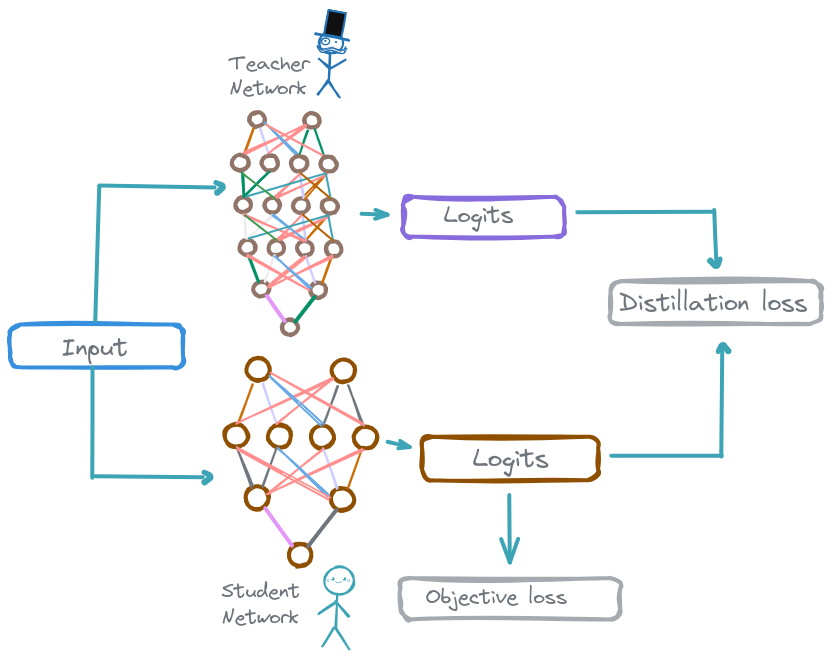
Earlier version of the Excalidraw export static/img/model_optimization/response_kd.png (shulavkarki/shulav.github.io). Source tidied: one line per element, renumbered; positions are measured from the earlier drawing's top-left corner, leaving out a move shared by most shapes.
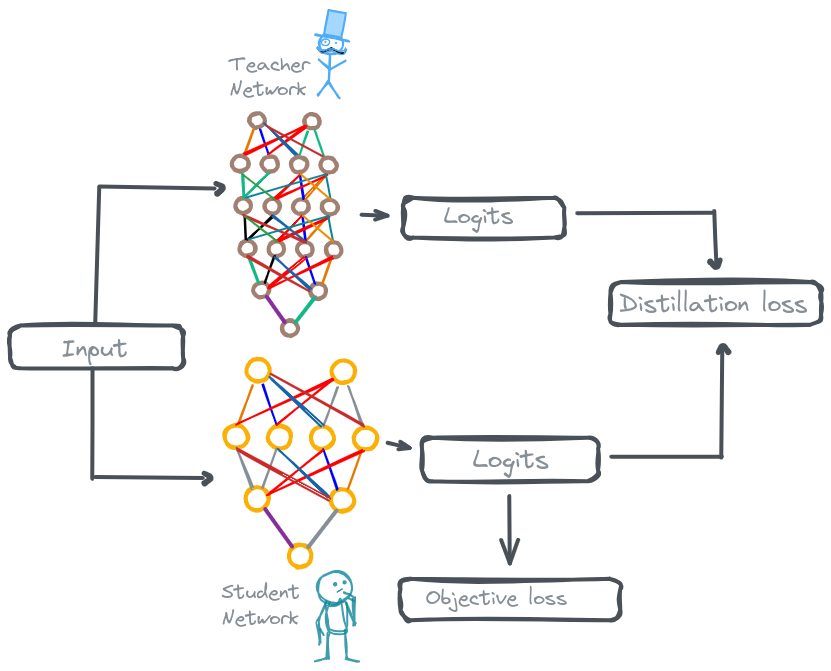
The same file after the commit.

What changed in the source:
```diff
@@ -1,6 +1,6 @@
-{"id": 0, "type": "rectangle", "strokeColor": "#228be6", "strokeWidth": 4, "roughness": 2, "round": true, "x": 0, "y": 313, "width": 173, "height": 43}
+{"id": 0, "type": "rectangle", "strokeColor": "#495057", "strokeWidth": 4, "roughness": 2, "round": true, "x": 0, "y": 313, "width": 173, "height": 43}
-{"id": 1, "type": "rectangle", "strokeColor": "#9775fa", "strokeWidth": 4, "roughness": 2, "round": true, "x": 393, "y": 185, "width": 161, "height": 40}
+{"id": 1, "type": "rectangle", "strokeColor": "#495057", "strokeWidth": 4, "roughness": 2, "round": true, "x": 393, "y": 185, "width": 161, "height": 40}
-{"id": 2, "type": "rectangle", "strokeColor": "#fab005", "strokeWidth": 4, "roughness": 2, "round": true, "x": 412, "y": 425, "width": 176, "height": 43}
+{"id": 2, "type": "rectangle", "strokeColor": "#495057", "strokeWidth": 4, "roughness": 2, "round": true, "x": 412, "y": 425, "width": 176, "height": 43}
 {"id": 3, "type": "rectangle", "strokeColor": "#495057", "strokeWidth": 4, "roughness": 2, "round": true, "x": 601, "y": 270, "width": 211, "height": 43}
 {"id": 4, "type": "ellipse", "strokeColor": "#fab005", "angle": 3.16, "strokeWidth": 4, "roughness": 1, "x": 278, "y": 532, "width": 23, "height": 23}
 {"id": 5, "type": "ellipse", "strokeColor": "#fab005", "angle": 3.16, "strokeWidth": 4, "roughness": 1, "x": 321, "y": 477, "width": 23, "height": 23}
@@ -100,31 +100,35 @@
 {"id": 99, "type": "line", "strokeColor": "#4dabf7", "backgroundColor": "#ced4da", "fillStyle": "solid", "strokeWidth": 2, "roughness": 1, "round": true, "x": 309, "y": 47, "width": 10, "height": 10, "points": [[0, 0], [10, 10]]}
 {"id": 100, "type": "line", "strokeColor": "#4dabf7", "backgroundColor": "#ced4da", "fillStyle": "solid", "strokeWidth": 2, "roughness": 1, "round": true, "x": 320, "y": 57, "width": 15, "height": 8, "points": [[0, 0], [15, -8]]}
 {"id": 101, "type": "line", "strokeColor": "#4dabf7", "strokeWidth": 2, "roughness": 1, "round": true, "x": 305, "y": 22, "width": 34, "height": 7, "points": [[0, 0], [34, 7]]}
-{"id": 102, "type": "rectangle", "strokeColor": "#4dabf7", "angle": 0.19, "backgroundColor": "#fff", "fillStyle": "solid", "strokeWidth": 2, "roughness": 1, "x": 316, "y": 0, "width": 18, "height": 25}
+{"id": 102, "type": "rectangle", "strokeColor": "#4dabf7", "angle": 0.19, "backgroundColor": "#a5d8ff", "fillStyle": "solid", "strokeWidth": 2, "roughness": 1, "x": 316, "y": -1, "width": 18, "height": 25}
 {"id": 103, "type": "line", "strokeColor": "#4dabf7", "backgroundColor": "#000", "fillStyle": "solid", "strokeWidth": 1, "roughness": 1, "round": true, "x": 321, "y": 36, "width": 29, "height": 7, "points": [[0, 0], [9, 3], [12, 3], [15, 1], [13, 5], [8, 6], [0, 4], [-9, 5], [-14, -1], [-9, 2], [0, 0]]}
 {"id": 104, "type": "ellipse", "strokeColor": "#4dabf7", "strokeWidth": 1, "roughness": 1, "x": 312, "y": 27, "width": 8, "height": 6}
 {"id": 105, "type": "ellipse", "strokeColor": "#4dabf7", "strokeWidth": 1, "roughness": 1, "x": 315, "y": 29, "width": 0, "height": 1}
 {"id": 106, "type": "ellipse", "strokeColor": "#4dabf7", "strokeWidth": 1, "roughness": 1, "x": 326, "y": 30, "width": 0, "height": 1}
 {"id": 107, "type": "text", "text": "Student \nNetwork", "strokeColor": "#868e96", "backgroundColor": "#fff5f5", "fillStyle": "solid", "strokeWidth": 2, "roughness": 0, "fontSize": 20.24, "fontFamily": 1, "x": 212, "y": 568, "width": 89, "height": 51}
-{"id": 108, "type": "ellipse", "strokeColor": "#0c8599", "strokeWidth": 2, "roughness": 1, "x": 314, "y": 555, "width": 30, "height": 28}
-{"id": 109, "type": "line", "strokeColor": "#0c8599", "backgroundColor": "#ced4da", "fillStyle": "solid", "strokeWidth": 2, "roughness": 1, "round": true, "x": 327, "y": 583, "width": 1, "height": 33, "points": [[0, 0], [-1, 33]]}
-{"id": 110, "type": "line", "strokeColor": "#0c8599", "backgroundColor": "#ced4da", "fillStyle": "solid", "strokeWidth": 2, "roughness": 1, "round": true, "x": 326, "y": 617, "width": 13, "height": 20, "points": [[0, 0], [13, 20]]}
-{"id": 111, "type": "line", "strokeColor": "#0c8599", "backgroundColor": "#ced4da", "fillStyle": "solid", "strokeWidth": 2, "roughness": 1, "round": true, "x": 324, "y": 616, "width": 11, "height": 19, "points": [[0, 0], [-11, 19]]}
-{"id": 112, "type": "line", "strokeColor": "#0c8599", "backgroundColor": "#ced4da", "fillStyle": "solid", "strokeWidth": 2, "roughness": 1, "round": true, "x": 309, "y": 602, "width": 17, "height": 11, "points": [[0, 0], [17, -11]]}
-{"id": 113, "type": "line", "strokeColor": "#0c8599", "backgroundColor": "#ced4da", "fillStyle": "solid", "strokeWidth": 2, "roughness": 1, "round": true, "x": 326, "y": 590, "width": 13, "height": 15, "points": [[0, 0], [13, 15]]}
-{"id": 114, "type": "text", "text": "｡◕‿◕｡", "strokeColor": "#0c8599", "strokeWidth": 1, "roughness": 1, "fontSize": 8.22, "fontFamily": 1, "x": 316, "y": 561, "width": 26, "height": 12}
-{"id": 115, "type": "line", "strokeColor": "#0c8599", "backgroundColor": "#fff5f5", "fillStyle": "solid", "strokeWidth": 4, "roughness": 0, "round": true, "x": 85, "y": 310, "width": 4, "height": 135, "points": [[0, 0], [4, -135]]}
+{"id": 115, "type": "line", "strokeColor": "#495057", "backgroundColor": "#fff5f5", "fillStyle": "solid", "strokeWidth": 4, "roughness": 0, "round": true, "x": 85, "y": 310, "width": 4, "height": 135, "points": [[0, 0], [4, -135]]}
-{"id": 116, "type": "line", "strokeColor": "#0c8599", "backgroundColor": "#fff5f5", "fillStyle": "solid", "strokeWidth": 4, "roughness": 0, "round": true, "x": 89, "y": 174, "width": 115, "height": 2, "points": [[0, 0], [115, 2]]}
+{"id": 116, "type": "line", "strokeColor": "#495057", "backgroundColor": "#fff5f5", "fillStyle": "solid", "strokeWidth": 4, "roughness": 0, "round": true, "x": 89, "y": 174, "width": 115, "height": 2, "points": [[0, 0], [115, 2]]}
-{"id": 117, "type": "freedraw", "strokeColor": "#0c8599", "backgroundColor": "#fff5f5", "fillStyle": "solid", "strokeWidth": 1, "roughness": 0, "x": 206, "y": 171, "width": 8, "height": 10, "points": [[0, 0], [0, 0], [1, 0], [1, 0], [1, 1], [2, 1], [2, 1], [2, 1], [3, 1], [6, 2], [7, 3], [7, 3], [8, 3], [8, 4], [8, 4], [8, 4], [8, 5], [6, 6], [5, 6], [5, 7], [5, 7], [4, 7], [4, 8], [3, 8], [3, 8], [3, 8], [2, 9], [2, 9], [2, 9], [1, 9], [1, 10], [1, 10]]}
+{"id": 117, "type": "freedraw", "strokeColor": "#495057", "backgroundColor": "#fff5f5", "fillStyle": "solid", "strokeWidth": 1, "roughness": 0, "x": 206, "y": 171, "width": 8, "height": 10, "points": [[0, 0], [0, 0], [1, 0], [1, 0], [1, 1], [2, 1], [2, 1], [2, 1], [3, 1], [6, 2], [7, 3], [7, 3], [8, 3], [8, 4], [8, 4], [8, 4], [8, 5], [6, 6], [5, 6], [5, 7], [5, 7], [4, 7], [4, 8], [3, 8], [3, 8], [3, 8], [2, 9], [2, 9], [2, 9], [1, 9], [1, 10], [1, 10]]}
-{"id": 118, "type": "line", "strokeColor": "#0c8599", "angle": 4.71, "backgroundColor": "#fff5f5", "fillStyle": "solid", "strokeWidth": 4, "roughness": 0, "round": true, "x": 138, "y": 519, "width": 1, "height": 108, "points": [[0, 0], [1, -108]]}
+{"id": 118, "type": "line", "strokeColor": "#495057", "angle": 4.71, "backgroundColor": "#fff5f5", "fillStyle": "solid", "strokeWidth": 4, "roughness": 0, "round": true, "x": 138, "y": 519, "width": 1, "height": 108, "points": [[0, 0], [1, -108]]}
-{"id": 119, "type": "line", "strokeColor": "#0c8599", "angle": 4.71, "backgroundColor": "#fff5f5", "fillStyle": "solid", "strokeWidth": 4, "roughness": 0, "round": true, "to": 88, "x": 27, "y": 411, "width": 111, "height": 1, "points": [[0, 0], [111, 1]]}
+{"id": 119, "type": "line", "strokeColor": "#495057", "angle": 4.71, "backgroundColor": "#fff5f5", "fillStyle": "solid", "strokeWidth": 4, "roughness": 0, "round": true, "to": 88, "x": 27, "y": 411, "width": 111, "height": 1, "points": [[0, 0], [111, 1]]}
-{"id": 120, "type": "freedraw", "strokeColor": "#0c8599", "angle": 0.1, "backgroundColor": "#fff5f5", "fillStyle": "solid", "strokeWidth": 1, "roughness": 0, "x": 194, "y": 461, "width": 8, "height": 10, "points": [[0, 0], [0, 0], [1, 0], [1, 0], [1, 1], [2, 1], [2, 1], [2, 1], [3, 1], [6, 2], [7, 3], [7, 3], [8, 3], [8, 4], [8, 4], [8, 4], [8, 5], [6, 6], [5, 6], [5, 7], [5, 7], [4, 7], [4, 8], [3, 8], [3, 8], [3, 8], [2, 9], [2, 9], [2, 9], [1, 9], [1, 10], [1, 10]]}
+{"id": 120, "type": "freedraw", "strokeColor": "#495057", "angle": 0.1, "backgroundColor": "#fff5f5", "fillStyle": "solid", "strokeWidth": 1, "roughness": 0, "x": 194, "y": 461, "width": 8, "height": 10, "points": [[0, 0], [0, 0], [1, 0], [1, 0], [1, 1], [2, 1], [2, 1], [2, 1], [3, 1], [6, 2], [7, 3], [7, 3], [8, 3], [8, 4], [8, 4], [8, 4], [8, 5], [6, 6], [5, 6], [5, 7], [5, 7], [4, 7], [4, 8], [3, 8], [3, 8], [3, 8], [2, 9], [2, 9], [2, 9], [1, 9], [1, 10], [1, 10]]}
-{"id": 121, "type": "arrow", "strokeColor": "#0c8599", "backgroundColor": "#fff5f5", "fillStyle": "solid", "strokeWidth": 4, "roughness": 0, "endArrowhead": "arrow", "round": true, "to": 1, "x": 352, "y": 202, "width": 26, "height": 1, "points": [[0, 0], [26, 1]]}
+{"id": 121, "type": "arrow", "strokeColor": "#495057", "backgroundColor": "#fff5f5", "fillStyle": "solid", "strokeWidth": 4, "roughness": 0, "endArrowhead": "arrow", "round": true, "to": 1, "x": 352, "y": 202, "width": 26, "height": 1, "points": [[0, 0], [26, 1]]}
-{"id": 122, "type": "arrow", "strokeColor": "#0c8599", "backgroundColor": "#fff5f5", "fillStyle": "solid", "strokeWidth": 4, "roughness": 0, "endArrowhead": "arrow", "round": true, "from": 6, "to": 2, "x": 378, "y": 430, "width": 22, "height": 5, "points": [[0, 0], [22, 5]]}
+{"id": 122, "type": "arrow", "strokeColor": "#495057", "backgroundColor": "#fff5f5", "fillStyle": "solid", "strokeWidth": 4, "roughness": 0, "endArrowhead": "arrow", "round": true, "from": 6, "to": 2, "x": 378, "y": 430, "width": 22, "height": 5, "points": [[0, 0], [22, 5]]}
-{"id": 123, "type": "line", "strokeColor": "#0c8599", "angle": 9.42, "backgroundColor": "#fff5f5", "fillStyle": "solid", "strokeWidth": 4, "roughness": 0, "round": true, "x": 711, "y": 445, "width": 1, "height": 108, "points": [[0, 0], [1, -108]]}
+{"id": 123, "type": "line", "strokeColor": "#495057", "angle": 9.42, "backgroundColor": "#fff5f5", "fillStyle": "solid", "strokeWidth": 4, "roughness": 0, "round": true, "x": 711, "y": 445, "width": 1, "height": 108, "points": [[0, 0], [1, -108]]}
-{"id": 124, "type": "line", "strokeColor": "#0c8599", "angle": 9.42, "backgroundColor": "#fff5f5", "fillStyle": "solid", "strokeWidth": 4, "roughness": 0, "round": true, "x": 601, "y": 444, "width": 111, "height": 1, "points": [[0, 0], [111, 1]]}
+{"id": 124, "type": "line", "strokeColor": "#495057", "angle": 9.42, "backgroundColor": "#fff5f5", "fillStyle": "solid", "strokeWidth": 4, "roughness": 0, "round": true, "x": 601, "y": 444, "width": 111, "height": 1, "points": [[0, 0], [111, 1]]}
-{"id": 125, "type": "freedraw", "strokeColor": "#0c8599", "angle": 4.81, "backgroundColor": "#fff5f5", "fillStyle": "solid", "strokeWidth": 1, "roughness": 0, "x": 710, "y": 332, "width": 8, "height": 10, "points": [[0, 0], [0, 0], [1, 0], [1, 0], [1, 1], [2, 1], [2, 1], [2, 1], [3, 1], [6, 2], [7, 3], [7, 3], [8, 3], [8, 4], [8, 4], [8, 4], [8, 5], [6, 6], [5, 6], [5, 7], [5, 7], [4, 7], [4, 8], [3, 8], [3, 8], [3, 8], [2, 9], [2, 9], [2, 9], [1, 9], [1, 10], [1, 10]]}
+{"id": 125, "type": "freedraw", "strokeColor": "#495057", "angle": 4.81, "backgroundColor": "#fff5f5", "fillStyle": "solid", "strokeWidth": 1, "roughness": 0, "x": 710, "y": 332, "width": 8, "height": 10, "points": [[0, 0], [0, 0], [1, 0], [1, 0], [1, 1], [2, 1], [2, 1], [2, 1], [3, 1], [6, 2], [7, 3], [7, 3], [8, 3], [8, 4], [8, 4], [8, 4], [8, 5], [6, 6], [5, 6], [5, 7], [5, 7], [4, 7], [4, 8], [3, 8], [3, 8], [3, 8], [2, 9], [2, 9], [2, 9], [1, 9], [1, 10], [1, 10]]}
-{"id": 126, "type": "line", "strokeColor": "#0c8599", "angle": 1.54, "backgroundColor": "#fff5f5", "fillStyle": "solid", "strokeWidth": 4, "roughness": 0, "round": true, "x": 633, "y": 268, "width": 4, "height": 135, "points": [[0, 0], [4, -135]]}
+{"id": 126, "type": "line", "strokeColor": "#495057", "angle": 1.54, "backgroundColor": "#fff5f5", "fillStyle": "solid", "strokeWidth": 4, "roughness": 0, "round": true, "x": 633, "y": 268, "width": 4, "height": 135, "points": [[0, 0], [4, -135]]}
-{"id": 127, "type": "line", "strokeColor": "#0c8599", "angle": 1.54, "backgroundColor": "#fff5f5", "fillStyle": "solid", "strokeWidth": 4, "roughness": 0, "round": true, "to": 3, "x": 678, "y": 226, "width": 55, "height": 0, "points": [[0, 0], [55, 0]]}
+{"id": 127, "type": "line", "strokeColor": "#495057", "angle": 1.54, "backgroundColor": "#fff5f5", "fillStyle": "solid", "strokeWidth": 4, "roughness": 0, "round": true, "to": 3, "x": 678, "y": 226, "width": 55, "height": 0, "points": [[0, 0], [55, 0]]}
-{"id": 128, "type": "freedraw", "strokeColor": "#0c8599", "angle": 1.54, "backgroundColor": "#fff5f5", "fillStyle": "solid", "strokeWidth": 1, "roughness": 0, "x": 701, "y": 247, "width": 8, "height": 10, "points": [[0, 0], [0, 0], [1, 0], [1, 0], [1, 1], [2, 1], [2, 1], [2, 1], [3, 1], [6, 2], [7, 3], [7, 3], [8, 3], [8, 4], [8, 4], [8, 4], [8, 5], [6, 6], [5, 6], [5, 7], [5, 7], [4, 7], [4, 8], [3, 8], [3, 8], [3, 8], [2, 9], [2, 9], [2, 9], [1, 9], [1, 10], [1, 10]]}
+{"id": 128, "type": "freedraw", "strokeColor": "#495057", "angle": 1.54, "backgroundColor": "#fff5f5", "fillStyle": "solid", "strokeWidth": 1, "roughness": 0, "x": 701, "y": 247, "width": 8, "height": 10, "points": [[0, 0], [0, 0], [1, 0], [1, 0], [1, 1], [2, 1], [2, 1], [2, 1], [3, 1], [6, 2], [7, 3], [7, 3], [8, 3], [8, 4], [8, 4], [8, 4], [8, 5], [6, 6], [5, 6], [5, 7], [5, 7], [4, 7], [4, 8], [3, 8], [3, 8], [3, 8], [2, 9], [2, 9], [2, 9], [1, 9], [1, 10], [1, 10]]}
-{"id": 129, "type": "arrow", "strokeColor": "#0c8599", "backgroundColor": "#fff5f5", "fillStyle": "solid", "strokeWidth": 4, "roughness": 0, "endArrowhead": "arrow", "round": true, "from": 2, "to": 92, "x": 499, "y": 484, "width": 0, "height": 67, "points": [[0, 0], [0, 67]]}
+{"id": 129, "type": "arrow", "strokeColor": "#495057", "backgroundColor": "#fff5f5", "fillStyle": "solid", "strokeWidth": 4, "roughness": 0, "endArrowhead": "arrow", "round": true, "from": 2, "to": 92, "x": 499, "y": 484, "width": 0, "height": 67, "points": [[0, 0], [0, 67]]}
+{"id": 130, "type": "ellipse", "strokeColor": "#0c8599", "strokeWidth": 2, "roughness": 2, "opacity": 80, "x": 307, "y": 559, "width": 34, "height": 32}
+{"id": 131, "type": "line", "strokeColor": "#0c8599", "strokeWidth": 2, "roughness": 2, "opacity": 80, "round": true, "x": 318, "y": 591, "width": 20, "height": 29, "points": [[0, 0], [0, 16], [0, 27], [17, 27], [20, 11], [17, -2], [7, 0], [0, 0]]}
+{"id": 132, "type": "line", "strokeColor": "#0c8599", "strokeWidth": 2, "roughness": 2, "opacity": 80, "x": 318, "y": 619, "width": 13, "height": 29, "points": [[0, 0], [-1, 26], [-13, 29]]}
+{"id": 133, "type": "line", "strokeColor": "#0c8599", "strokeWidth": 2, "roughness": 2, "opacity": 80, "x": 336, "y": 618, "width": 13, "height": 31, "points": [[0, 0], [1, 28], [13, 31]]}
+{"id": 134, "type": "line", "strokeColor": "#0c8599", "strokeWidth": 2, "roughness": 2, "opacity": 80, "x": 337, "y": 591, "width": 11, "height": 32, "points": [[0, 0], [7, 21], [8, -5], [3, -9], [-3, -11]]}
+{"id": 135, "type": "line", "strokeColor": "#0c8599", "strokeWidth": 2, "roughness": 2, "opacity": 80, "x": 344, "y": 588, "width": 5, "height": 2, "points": [[0, 0], [-5, -2]]}
+{"id": 136, "type": "line", "strokeColor": "#0c8599", "strokeWidth": 2, "roughness": 2, "opacity": 80, "x": 315, "y": 590, "width": 7, "height": 40, "points": [[0, 0], [-7, 20], [-5, 40]]}
+{"id": 137, "type": "line", "strokeColor": "#0c8599", "strokeWidth": 2, "roughness": 2, "opacity": 80, "x": 310, "y": 617, "width": 4, "height": 6, "points": [[0, 0], [4, 6]]}
+{"id": 138, "type": "freedraw", "strokeColor": "#0c8599", "strokeWidth": 1, "roughness": 1, "opacity": 80, "x": 325, "y": 572, "width": 0, "height": 0, "points": [[0, 0], [0, 0]]}
+{"id": 139, "type": "freedraw", "strokeColor": "#0c8599", "strokeWidth": 1, "roughness": 1, "opacity": 80, "x": 335, "y": 570, "width": 0, "height": 1, "points": [[0, 0], [0, -1], [0, 0]]}
+{"id": 140, "type": "line", "strokeColor": "#0c8599", "strokeWidth": 1, "roughness": 1, "opacity": 80, "round": true, "x": 332, "y": 577, "width": 5, "height": 3, "points": [[0, 0], [-5, 3]]}
```
